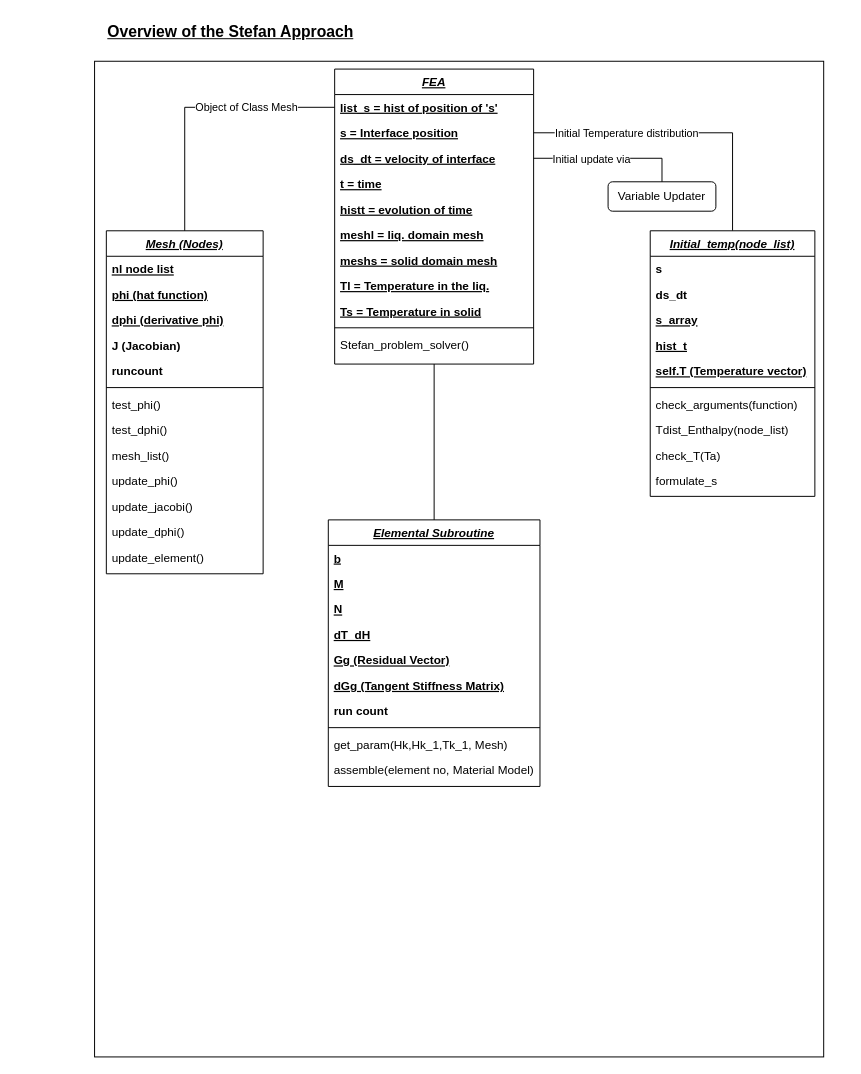
The draw.io diagram Stefan_Overview.drawio in okolekar/PPP, before the edit. Source tidied: cells renumbered, new cells numbered last; positions are measured from the earlier drawing's top-left corner, leaving out a move shared by most shapes. Both pictures are drawn from the tidied source at 98%, with x=0, y=0 at pixel (51, 17).
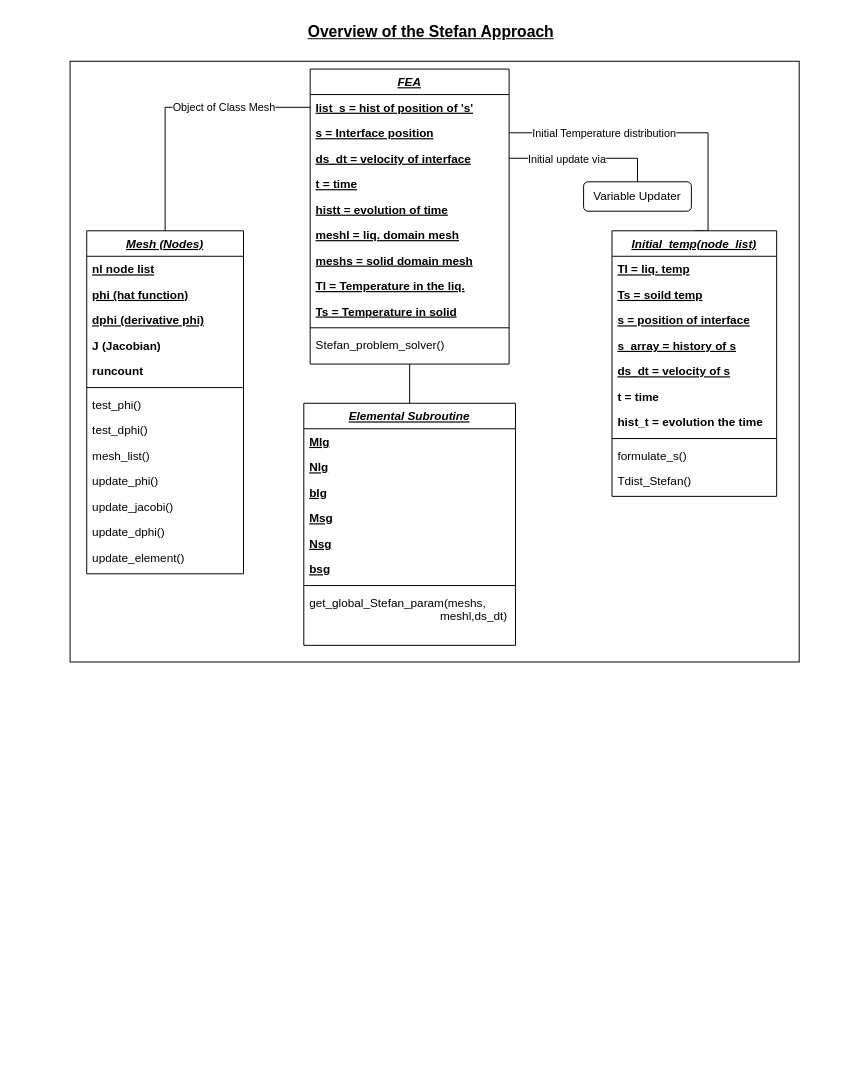
The same page after the edit.

The change refers to these unchanged cells:
```xml
<mxCell id="19" value="s = Interface position" style="text;align=left;verticalAlign=top;spacingLeft=4;spacingRight=4;overflow=hidden;points=[[0,0.5],[1,0.5]];portConstraint=eastwest;rounded=0;shadow=0;html=0;fontStyle=5;" parent="17" vertex="1">
  <mxGeometry y="52" width="203" height="26" as="geometry" />
</mxCell>
```

Diff of the diagram source:
```diff
@@
     <mxCell id="2" style="rounded=0;whiteSpace=wrap;html=1;" parent="1" vertex="1">
-      <mxGeometry x="44" y="45" width="744" height="1016" as="geometry" />
+      <mxGeometry x="19" y="45" width="744" height="613" as="geometry" />
     </mxCell>
@@
     <mxCell id="4" value="Elemental Subroutine" style="swimlane;fontStyle=7;align=center;verticalAlign=top;horizontal=1;startSize=26;rounded=0;shadow=0;strokeWidth=1;" parent="1" vertex="1">
-      <mxGeometry x="282.5" y="513" width="216" height="272" as="geometry" />
+      <mxGeometry x="257.5" y="394" width="216" height="247" as="geometry" />
     </mxCell>
-    <mxCell id="5" value="b" style="text;align=left;verticalAlign=top;spacingLeft=4;spacingRight=4;overflow=hidden;rounded=0;shadow=0;html=0;fontStyle=5;" parent="4" vertex="1">
+    <mxCell id="5" value="Mlg" style="text;align=left;verticalAlign=top;spacingLeft=4;spacingRight=4;overflow=hidden;rounded=0;shadow=0;html=0;fontStyle=5;" parent="4" vertex="1">
       <mxGeometry y="26" width="216" height="26" as="geometry" />
     </mxCell>
-    <mxCell id="6" value="M" style="text;align=left;verticalAlign=top;spacingLeft=4;spacingRight=4;overflow=hidden;rounded=0;shadow=0;html=0;fontStyle=5;" parent="4" vertex="1">
+    <mxCell id="6" value="Nlg" style="text;align=left;verticalAlign=top;spacingLeft=4;spacingRight=4;overflow=hidden;rounded=0;shadow=0;html=0;fontStyle=5;" parent="4" vertex="1">
       <mxGeometry y="52" width="216" height="26" as="geometry" />
     </mxCell>
-    <mxCell id="7" value="N" style="text;align=left;verticalAlign=top;spacingLeft=4;spacingRight=4;overflow=hidden;rounded=0;shadow=0;html=0;fontStyle=5;" parent="4" vertex="1">
+    <mxCell id="7" value="blg" style="text;align=left;verticalAlign=top;spacingLeft=4;spacingRight=4;overflow=hidden;rounded=0;shadow=0;html=0;fontStyle=5;" parent="4" vertex="1">
       <mxGeometry y="78" width="216" height="26" as="geometry" />
     </mxCell>
-    <mxCell id="8" value="dT_dH" style="text;align=left;verticalAlign=top;spacingLeft=4;spacingRight=4;overflow=hidden;rounded=0;shadow=0;html=0;fontStyle=5;" parent="4" vertex="1">
+    <mxCell id="8" value="Msg" style="text;align=left;verticalAlign=top;spacingLeft=4;spacingRight=4;overflow=hidden;rounded=0;shadow=0;html=0;fontStyle=5;" parent="4" vertex="1">
       <mxGeometry y="104" width="216" height="26" as="geometry" />
     </mxCell>
-    <mxCell id="9" value="Gg (Residual Vector)" style="text;align=left;verticalAlign=top;spacingLeft=4;spacingRight=4;overflow=hidden;rounded=0;shadow=0;html=0;fontStyle=5;" parent="4" vertex="1">
+    <mxCell id="9" value="Nsg" style="text;align=left;verticalAlign=top;spacingLeft=4;spacingRight=4;overflow=hidden;rounded=0;shadow=0;html=0;fontStyle=5;" parent="4" vertex="1">
       <mxGeometry y="130" width="216" height="26" as="geometry" />
     </mxCell>
-    <mxCell id="10" value="dGg (Tangent Stiffness Matrix)" style="text;align=left;verticalAlign=top;spacingLeft=4;spacingRight=4;overflow=hidden;rounded=0;shadow=0;html=0;fontStyle=5;" parent="4" vertex="1">
+    <mxCell id="10" value="bsg" style="text;align=left;verticalAlign=top;spacingLeft=4;spacingRight=4;overflow=hidden;rounded=0;shadow=0;html=0;fontStyle=5;" parent="4" vertex="1">
       <mxGeometry y="156" width="216" height="26" as="geometry" />
     </mxCell>
-    <mxCell id="11" value="run count " style="text;align=left;verticalAlign=top;spacingLeft=4;spacingRight=4;overflow=hidden;rounded=0;shadow=0;html=0;fontStyle=1;" parent="4" vertex="1">
-      <mxGeometry y="182" width="216" height="26" as="geometry" />
-    </mxCell>
     <mxCell id="12" style="line;html=1;strokeWidth=1;align=left;verticalAlign=middle;spacingTop=-1;spacingLeft=3;spacingRight=3;labelPosition=right;" parent="4" vertex="1">
-      <mxGeometry y="208" width="216" height="8" as="geometry" />
+      <mxGeometry y="182" width="216" height="8" as="geometry" />
     </mxCell>
-    <mxCell id="13" value="get_param(Hk,Hk_1,Tk_1, Mesh)" style="text;align=left;verticalAlign=top;spacingLeft=4;spacingRight=4;overflow=hidden;" parent="4" vertex="1">
-      <mxGeometry y="216" width="216" height="26" as="geometry" />
+    <mxCell id="13" value="get_global_Stefan_param(meshs,&#10;                                        meshl,ds_dt)" style="text;align=left;verticalAlign=top;spacingLeft=4;spacingRight=4;overflow=hidden;" parent="4" vertex="1">
+      <mxGeometry y="190" width="216" height="57" as="geometry" />
     </mxCell>
-    <mxCell id="14" value="assemble(element no, Material Model)" style="text;align=left;verticalAlign=top;spacingLeft=4;spacingRight=4;overflow=hidden;" parent="4" vertex="1">
-      <mxGeometry y="242" width="216" height="26" as="geometry" />
-    </mxCell>
     <mxCell id="15" style="edgeStyle=orthogonalEdgeStyle;rounded=0;jettySize=auto;html=1;entryX=0.5;entryY=0;entryDx=0;entryDy=0;endArrow=none;endFill=0;" parent="1" edge="1" source="19" target="29">
       <mxGeometry relative="1" as="geometry">
         <Array as="points">
-          <mxPoint x="695" y="118" />
+          <mxPoint x="670" y="118" />
         </Array>
       </mxGeometry>
     </mxCell>
@@
     <mxCell id="17" value="FEA" style="swimlane;fontStyle=7;align=center;verticalAlign=top;horizontal=1;startSize=26;rounded=0;shadow=0;strokeWidth=1;" parent="1" vertex="1">
-      <mxGeometry x="289" y="53" width="203" height="301" as="geometry" />
+      <mxGeometry x="264" y="53" width="203" height="301" as="geometry" />
     </mxCell>
@@
     <mxCell id="29" value="Initial_temp(node_list)" style="swimlane;fontStyle=7;align=center;verticalAlign=top;horizontal=1;startSize=26;rounded=0;shadow=0;strokeWidth=1;" parent="1" vertex="1">
-      <mxGeometry x="611" y="218" width="168" height="271" as="geometry" />
+      <mxGeometry x="572" y="218" width="168" height="271" as="geometry" />
     </mxCell>
-    <mxCell id="30" value="s" style="text;align=left;verticalAlign=top;spacingLeft=4;spacingRight=4;overflow=hidden;fontStyle=1;" parent="29" vertex="1">
+    <mxCell id="30" value="Tl = liq. temp" style="text;align=left;verticalAlign=top;spacingLeft=4;spacingRight=4;overflow=hidden;fontStyle=5;" parent="29" vertex="1">
       <mxGeometry y="26" width="168" height="26" as="geometry" />
     </mxCell>
-    <mxCell id="31" value="ds_dt" style="text;align=left;verticalAlign=top;spacingLeft=4;spacingRight=4;overflow=hidden;fontStyle=1;" parent="29" vertex="1">
+    <mxCell id="31" value="Ts = soild temp" style="text;align=left;verticalAlign=top;spacingLeft=4;spacingRight=4;overflow=hidden;fontStyle=5;" parent="29" vertex="1">
       <mxGeometry y="52" width="168" height="26" as="geometry" />
     </mxCell>
-    <mxCell id="32" value="s_array" style="text;align=left;verticalAlign=top;spacingLeft=4;spacingRight=4;overflow=hidden;fontStyle=5;" parent="29" vertex="1">
+    <mxCell id="32" value="s = position of interface" style="text;align=left;verticalAlign=top;spacingLeft=4;spacingRight=4;overflow=hidden;fontStyle=5;" parent="29" vertex="1">
       <mxGeometry y="78" width="168" height="26" as="geometry" />
     </mxCell>
-    <mxCell id="33" value="hist_t" style="text;align=left;verticalAlign=top;spacingLeft=4;spacingRight=4;overflow=hidden;fontStyle=5;" parent="29" vertex="1">
+    <mxCell id="33" value="s_array = history of s" style="text;align=left;verticalAlign=top;spacingLeft=4;spacingRight=4;overflow=hidden;fontStyle=5;" parent="29" vertex="1">
       <mxGeometry y="104" width="168" height="26" as="geometry" />
     </mxCell>
-    <mxCell id="34" value="self.T (Temperature vector)" style="text;align=left;verticalAlign=top;spacingLeft=4;spacingRight=4;overflow=hidden;fontStyle=5;" parent="29" vertex="1">
+    <mxCell id="34" value="ds_dt = velocity of s" style="text;align=left;verticalAlign=top;spacingLeft=4;spacingRight=4;overflow=hidden;fontStyle=5;" parent="29" vertex="1">
       <mxGeometry y="130" width="168" height="26" as="geometry" />
     </mxCell>
-    <mxCell id="35" style="line;html=1;strokeWidth=1;align=left;verticalAlign=middle;spacingTop=-1;spacingLeft=3;spacingRight=3;labelPosition=right;" parent="29" vertex="1">
-      <mxGeometry y="156" width="168" height="8" as="geometry" />
-    </mxCell>
-    <mxCell id="36" value="check_arguments(function)" style="text;align=left;verticalAlign=top;spacingLeft=4;spacingRight=4;overflow=hidden;rounded=0;shadow=0;html=0;" parent="29" vertex="1">
-      <mxGeometry y="164" width="168" height="26" as="geometry" />
+    <mxCell id="36" value="t = time" style="text;align=left;verticalAlign=top;spacingLeft=4;spacingRight=4;overflow=hidden;rounded=0;shadow=0;html=0;fontStyle=1;" parent="29" vertex="1">
+      <mxGeometry y="156" width="168" height="26" as="geometry" />
     </mxCell>
-    <mxCell id="37" value="Tdist_Enthalpy(node_list)" style="text;align=left;verticalAlign=top;spacingLeft=4;spacingRight=4;overflow=hidden;rounded=0;shadow=0;html=0;" parent="29" vertex="1">
-      <mxGeometry y="190" width="168" height="26" as="geometry" />
+    <mxCell id="37" value="hist_t = evolution the time " style="text;align=left;verticalAlign=top;spacingLeft=4;spacingRight=4;overflow=hidden;rounded=0;shadow=0;html=0;fontStyle=1;" parent="29" vertex="1">
+      <mxGeometry y="182" width="168" height="26" as="geometry" />
     </mxCell>
+    <mxCell id="35" style="line;html=1;strokeWidth=1;align=left;verticalAlign=middle;spacingTop=-1;spacingLeft=3;spacingRight=3;labelPosition=right;" parent="29" vertex="1">
+      <mxGeometry y="208" width="168" height="8" as="geometry" />
+    </mxCell>
-    <mxCell id="38" value="check_T(Ta)" style="text;align=left;verticalAlign=top;spacingLeft=4;spacingRight=4;overflow=hidden;" parent="29" vertex="1">
+    <mxCell id="38" value="formulate_s()" style="text;align=left;verticalAlign=top;spacingLeft=4;spacingRight=4;overflow=hidden;" parent="29" vertex="1">
       <mxGeometry y="216" width="168" height="26" as="geometry" />
     </mxCell>
-    <mxCell id="39" value="formulate_s" style="text;align=left;verticalAlign=top;spacingLeft=4;spacingRight=4;overflow=hidden;" parent="29" vertex="1">
+    <mxCell id="39" value="Tdist_Stefan()" style="text;align=left;verticalAlign=top;spacingLeft=4;spacingRight=4;overflow=hidden;" parent="29" vertex="1">
       <mxGeometry y="242" width="168" height="26" as="geometry" />
     </mxCell>
     <mxCell id="40" value="&lt;b&gt;&lt;font style=&quot;font-size: 16px;&quot;&gt;&lt;u&gt;Overview of the Stefan Approach&lt;/u&gt;&lt;/font&gt;&lt;/b&gt;" style="text;html=1;strokeColor=none;fillColor=none;align=center;verticalAlign=middle;whiteSpace=wrap;rounded=0;" parent="1" vertex="1">
-      <mxGeometry width="366" height="30" as="geometry" />
+      <mxGeometry x="-35" width="845" height="30" as="geometry" />
     </mxCell>
     <mxCell id="41" value="Mesh (Nodes)" style="swimlane;fontStyle=7;align=center;verticalAlign=top;horizontal=1;startSize=26;rounded=0;shadow=0;strokeWidth=1;" parent="1" vertex="1">
-      <mxGeometry x="56" y="218" width="160" height="350" as="geometry" />
+      <mxGeometry x="36" y="218" width="160" height="350" as="geometry" />
     </mxCell>
@@
     <mxCell id="57" value="Variable Updater" style="rounded=1;whiteSpace=wrap;html=1;" parent="1" vertex="1">
-      <mxGeometry x="568" y="168" width="110" height="30" as="geometry" />
+      <mxGeometry x="543" y="168" width="110" height="30" as="geometry" />
     </mxCell>
```
